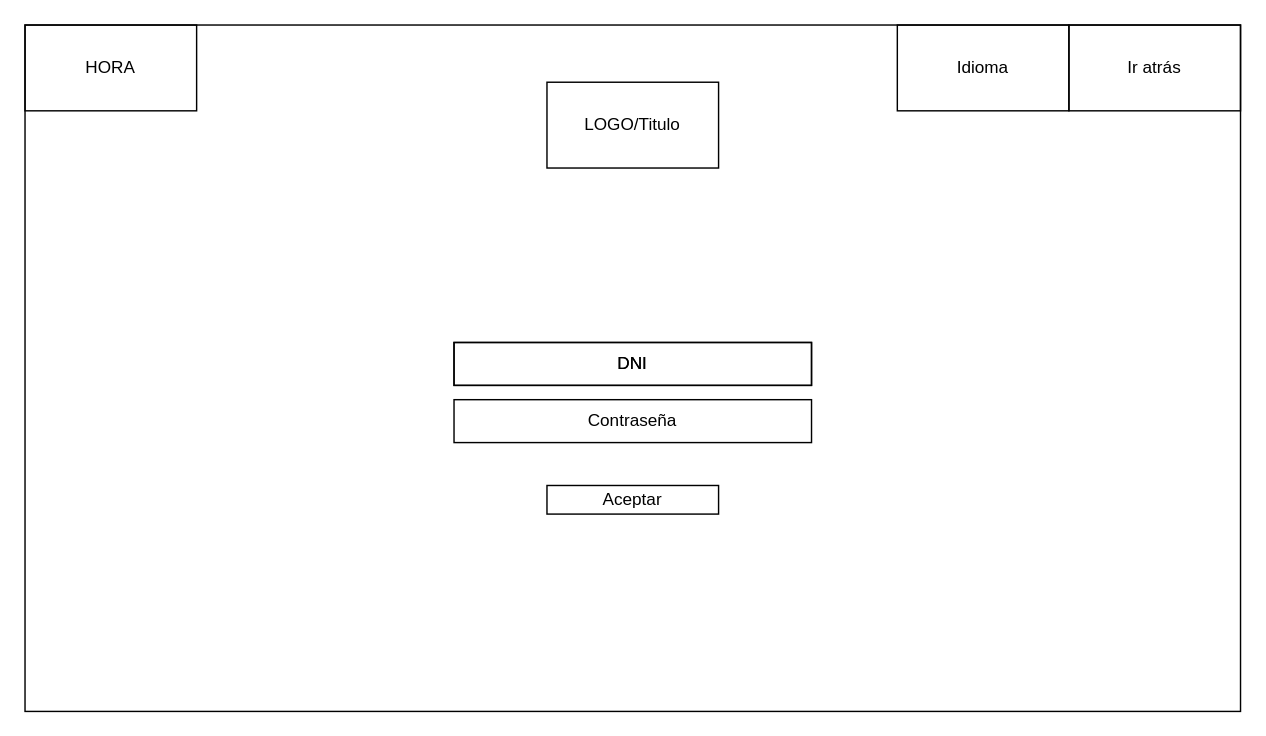
Before: page "loginStaff" (3 of 5) of docs/UI_UX.drawio in Universidad-Europea/PharmSquare, a draw.io diagram. Source tidied: cells renumbered, new cells numbered last; positions are measured from the earlier drawing's top-left corner, leaving out a move shared by most shapes. Both pictures are drawn from the tidied source at 143%, with x=0, y=0 at pixel (24, 24).
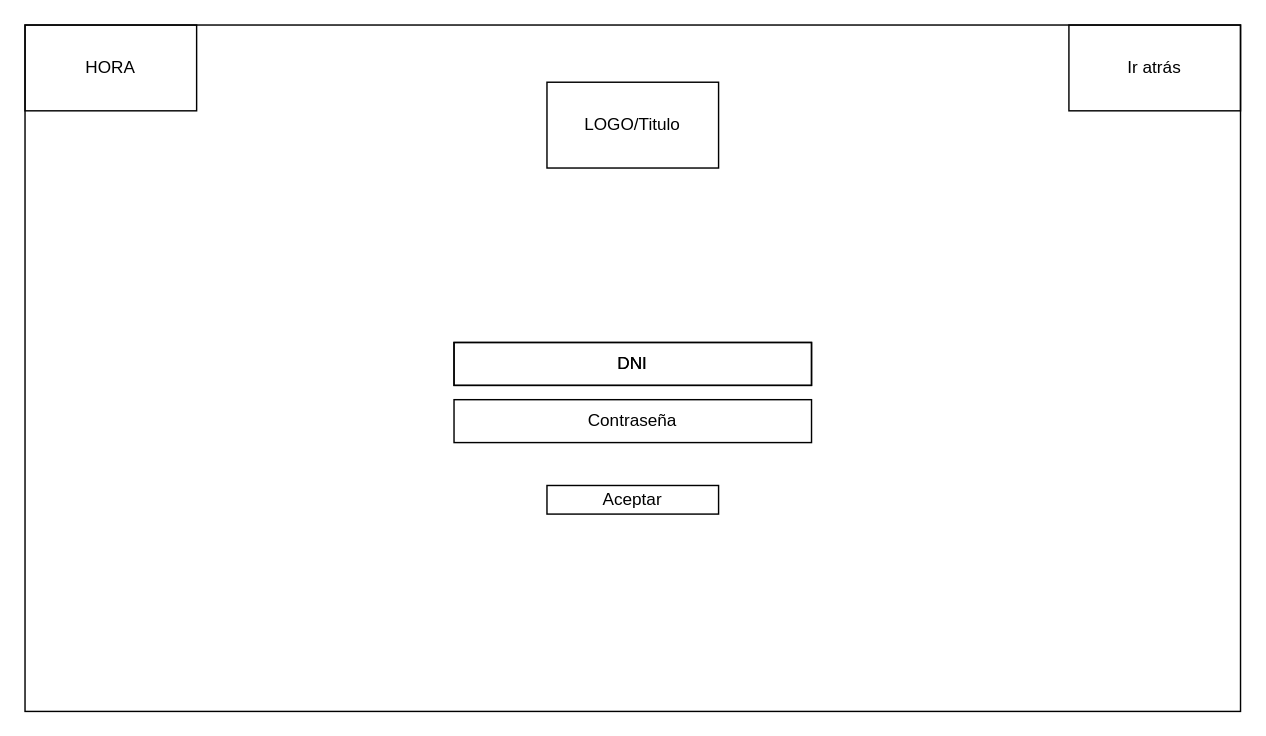
The same page after the edit.

Commit message (it also covers changes not shown here):
el idioma son los padres

Change to the diagram source:
```diff
@@
 <mxGraphModel>
   <root>
     <mxCell id="0" />
     <mxCell id="1" parent="0" />
     <mxCell id="2" style="rounded=0;whiteSpace=wrap;html=1;fillColor=none;" parent="1" vertex="1">
       <mxGeometry width="850" height="480" as="geometry" />
     </mxCell>
     <mxCell id="3" value="Ir atrás" style="rounded=0;whiteSpace=wrap;html=1;fillColor=none;" parent="1" vertex="1">
       <mxGeometry x="730" width="120" height="60" as="geometry" />
     </mxCell>
     <mxCell id="4" value="DNI" style="rounded=0;whiteSpace=wrap;html=1;fillColor=none;" parent="1" vertex="1">
       <mxGeometry x="300" y="222" width="250" height="30" as="geometry" />
     </mxCell>
     <mxCell id="5" value="Contraseña" style="rounded=0;whiteSpace=wrap;html=1;fillColor=none;" parent="1" vertex="1">
       <mxGeometry x="300" y="262" width="250" height="30" as="geometry" />
     </mxCell>
     <mxCell id="6" value="LOGO/Titulo" style="rounded=0;whiteSpace=wrap;html=1;fillColor=none;" parent="1" vertex="1">
       <mxGeometry x="365" y="40" width="120" height="60" as="geometry" />
     </mxCell>
     <mxCell id="7" value="HORA" style="rounded=0;whiteSpace=wrap;html=1;fillColor=none;" parent="1" vertex="1">
       <mxGeometry width="120" height="60" as="geometry" />
     </mxCell>
-    <mxCell id="8" value="Idioma" style="rounded=0;whiteSpace=wrap;html=1;fillColor=none;" parent="1" vertex="1">
-      <mxGeometry x="610" width="120" height="60" as="geometry" />
-    </mxCell>
     <mxCell id="9" value="Aceptar" style="rounded=0;whiteSpace=wrap;html=1;fillColor=none;" parent="1" vertex="1">
       <mxGeometry x="365" y="322" width="120" height="20" as="geometry" />
     </mxCell>
     <mxCell id="10" value="DNI" style="rounded=0;whiteSpace=wrap;html=1;fillColor=none;" parent="1" vertex="1">
       <mxGeometry x="300" y="222" width="250" height="30" as="geometry" />
     </mxCell>
   </root>
 </mxGraphModel>
```
